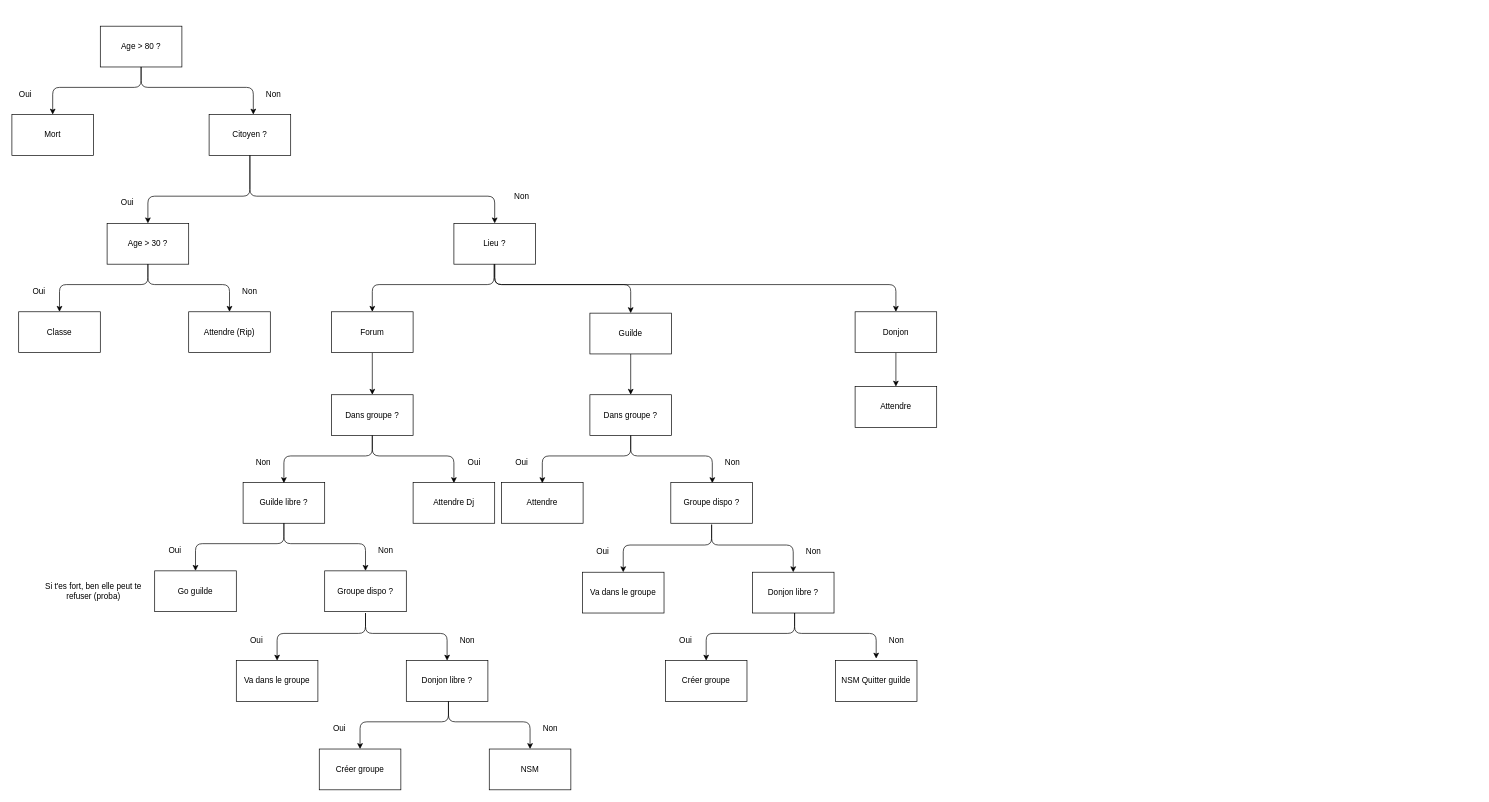
Before: Untitled Diagram.drawio in MailineN/CovidStat, a draw.io diagram. Source tidied: cells renumbered, new cells numbered last; positions are measured from the earlier drawing's top-left corner, leaving out a move shared by most shapes. Both pictures are drawn from the tidied source at 68%, with x=0, y=0 at pixel (12, 26).
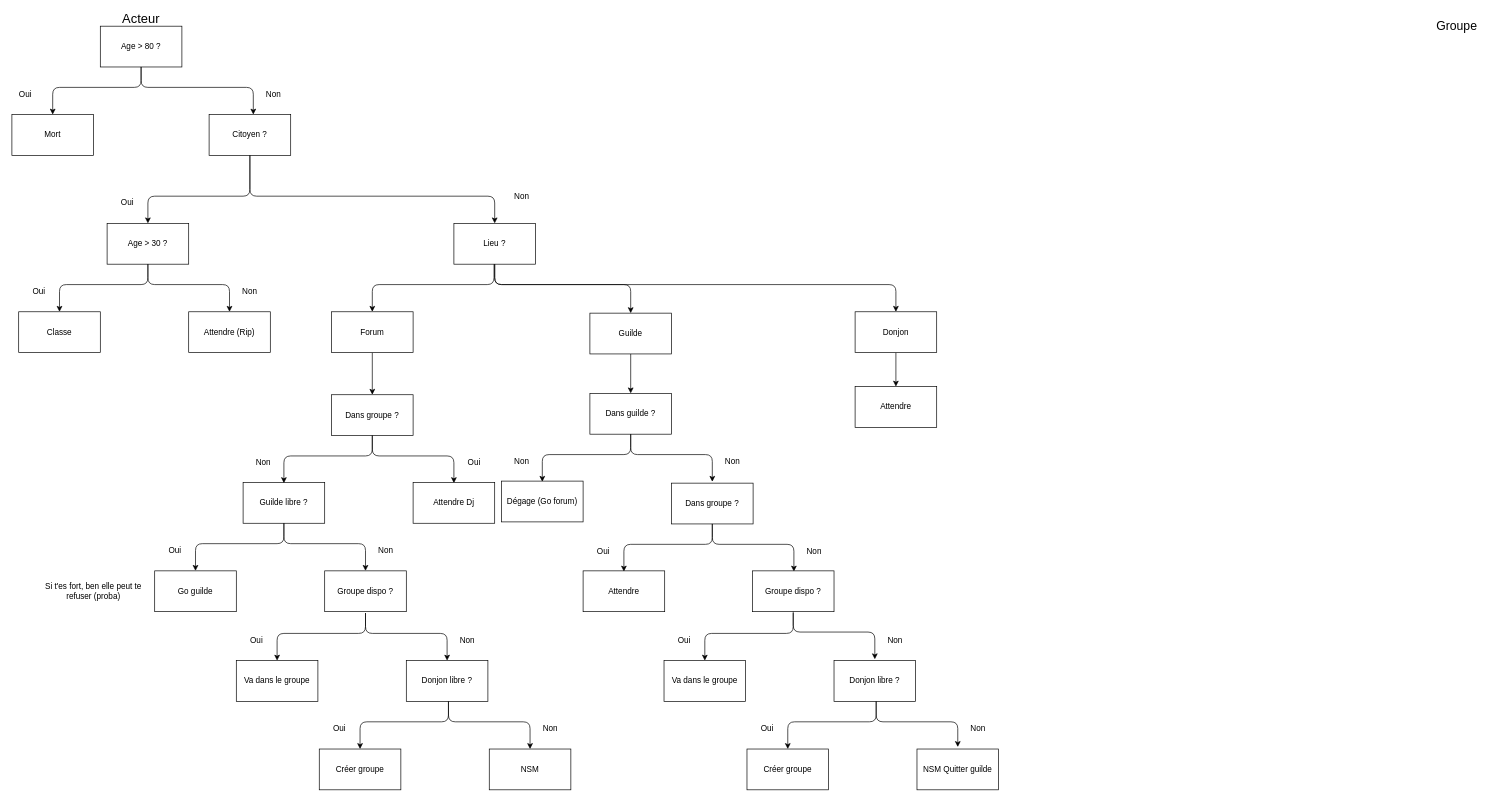
After the change.

The change refers to these unchanged cells:
```xml
<mxCell id="24" value="Guilde" style="rounded=0;whiteSpace=wrap;html=1;" parent="1" vertex="1">
  <mxGeometry x="850" y="422" width="120" height="60" as="geometry" />
</mxCell>
```

The edit, as a diff of the source:
```diff
@@
-    <mxCell id="23" style="edgeStyle=orthogonalEdgeStyle;rounded=0;jettySize=auto;html=1;exitX=0.5;exitY=1;exitDx=0;exitDy=0;" parent="1" edge="1" source="24" target="56">
-      <mxGeometry relative="1" as="geometry" />
-    </mxCell>
+    <mxCell id="76" style="edgeStyle=orthogonalEdgeStyle;rounded=0;jettySize=auto;html=1;exitX=0.5;exitY=1;exitDx=0;exitDy=0;" parent="1" edge="1" source="24" target="80">
+      <mxGeometry relative="1" as="geometry" />
+    </mxCell>
@@
     <mxCell id="55" value="Attendre" style="rounded=0;whiteSpace=wrap;html=1;" parent="1" vertex="1">
-      <mxGeometry x="720" y="671" width="120" height="60" as="geometry" />
+      <mxGeometry x="840" y="801" width="120" height="60" as="geometry" />
     </mxCell>
     <mxCell id="56" value="Dans groupe ?" style="rounded=0;whiteSpace=wrap;html=1;" parent="1" vertex="1">
-      <mxGeometry x="850" y="542" width="120" height="60" as="geometry" />
+      <mxGeometry x="970" y="672" width="120" height="60" as="geometry" />
     </mxCell>
     <mxCell id="57" style="endArrow=classic;html=1;exitX=0.5;exitY=1;exitDx=0;exitDy=0;" parent="1" edge="1">
       <mxGeometry relative="1" as="geometry">
-        <mxPoint x="910" y="602" as="sourcePoint" />
-        <mxPoint x="780" y="672" as="targetPoint" />
+        <mxPoint x="1030" y="732" as="sourcePoint" />
+        <mxPoint x="900" y="802" as="targetPoint" />
         <Array as="points">
-          <mxPoint x="910" y="632" />
-          <mxPoint x="780" y="632" />
+          <mxPoint x="1030" y="762" />
+          <mxPoint x="900" y="762" />
         </Array>
       </mxGeometry>
     </mxCell>
     <mxCell id="58" style="endArrow=classic;html=1;exitX=0.5;exitY=1;exitDx=0;exitDy=0;" parent="1" edge="1">
       <mxGeometry relative="1" as="geometry">
-        <mxPoint x="910" y="602" as="sourcePoint" />
-        <mxPoint x="1030" y="672" as="targetPoint" />
+        <mxPoint x="1030" y="732" as="sourcePoint" />
+        <mxPoint x="1150" y="802" as="targetPoint" />
         <Array as="points">
-          <mxPoint x="910" y="632" />
-          <mxPoint x="1030" y="632" />
+          <mxPoint x="1030" y="762" />
+          <mxPoint x="1150" y="762" />
         </Array>
       </mxGeometry>
     </mxCell>
     <mxCell id="59" value="Non" style="text;html=1;strokeColor=none;fillColor=none;align=center;verticalAlign=middle;whiteSpace=wrap;rounded=0;" parent="1" vertex="1">
-      <mxGeometry x="1040" y="632" width="40" height="20" as="geometry" />
+      <mxGeometry x="1160" y="762" width="40" height="20" as="geometry" />
     </mxCell>
     <mxCell id="60" value="Oui" style="text;html=1;strokeColor=none;fillColor=none;align=center;verticalAlign=middle;whiteSpace=wrap;rounded=0;" parent="1" vertex="1">
-      <mxGeometry x="730" y="632" width="40" height="20" as="geometry" />
+      <mxGeometry x="850" y="762" width="40" height="20" as="geometry" />
     </mxCell>
     <mxCell id="61" value="Groupe dispo ? " style="rounded=0;whiteSpace=wrap;html=1;" parent="1" vertex="1">
-      <mxGeometry x="969" y="671" width="120" height="60" as="geometry" />
+      <mxGeometry x="1089" y="801" width="120" height="60" as="geometry" />
     </mxCell>
     <mxCell id="62" style="endArrow=classic;html=1;exitX=0.5;exitY=1;exitDx=0;exitDy=0;" parent="1" edge="1">
       <mxGeometry relative="1" as="geometry">
-        <mxPoint x="1029" y="733" as="sourcePoint" />
-        <mxPoint x="899" y="803" as="targetPoint" />
+        <mxPoint x="1149" y="863" as="sourcePoint" />
+        <mxPoint x="1019" y="933" as="targetPoint" />
         <Array as="points">
-          <mxPoint x="1029" y="763" />
-          <mxPoint x="899" y="763" />
+          <mxPoint x="1149" y="893" />
+          <mxPoint x="1019" y="893" />
         </Array>
       </mxGeometry>
     </mxCell>
     <mxCell id="63" style="endArrow=classic;html=1;exitX=0.5;exitY=1;exitDx=0;exitDy=0;" parent="1" edge="1">
       <mxGeometry relative="1" as="geometry">
-        <mxPoint x="1029" y="733" as="sourcePoint" />
-        <mxPoint x="1149" y="803" as="targetPoint" />
+        <mxPoint x="1149" y="861" as="sourcePoint" />
+        <mxPoint x="1269" y="931" as="targetPoint" />
         <Array as="points">
-          <mxPoint x="1029" y="763" />
-          <mxPoint x="1149" y="763" />
+          <mxPoint x="1149" y="891" />
+          <mxPoint x="1269" y="891" />
         </Array>
       </mxGeometry>
     </mxCell>
     <mxCell id="64" value="Non" style="text;html=1;strokeColor=none;fillColor=none;align=center;verticalAlign=middle;whiteSpace=wrap;rounded=0;" parent="1" vertex="1">
-      <mxGeometry x="1159" y="763" width="40" height="20" as="geometry" />
+      <mxGeometry x="1279" y="893" width="40" height="20" as="geometry" />
     </mxCell>
     <mxCell id="65" value="Oui" style="text;html=1;strokeColor=none;fillColor=none;align=center;verticalAlign=middle;whiteSpace=wrap;rounded=0;" parent="1" vertex="1">
-      <mxGeometry x="849" y="763" width="40" height="20" as="geometry" />
+      <mxGeometry x="969" y="893" width="40" height="20" as="geometry" />
     </mxCell>
     <mxCell id="66" value="Va dans le groupe" style="rounded=0;whiteSpace=wrap;html=1;" parent="1" vertex="1">
-      <mxGeometry x="839" y="803" width="120" height="60" as="geometry" />
+      <mxGeometry x="959" y="933" width="120" height="60" as="geometry" />
     </mxCell>
     <mxCell id="67" value="Donjon libre ?" style="rounded=0;whiteSpace=wrap;html=1;" parent="1" vertex="1">
-      <mxGeometry x="1089" y="803" width="120" height="60" as="geometry" />
+      <mxGeometry x="1209" y="933" width="120" height="60" as="geometry" />
     </mxCell>
     <mxCell id="68" style="endArrow=classic;html=1;exitX=0.5;exitY=1;exitDx=0;exitDy=0;" parent="1" edge="1">
       <mxGeometry relative="1" as="geometry">
-        <mxPoint x="1151" y="863" as="sourcePoint" />
-        <mxPoint x="1021" y="933" as="targetPoint" />
+        <mxPoint x="1271" y="993" as="sourcePoint" />
+        <mxPoint x="1141" y="1063" as="targetPoint" />
         <Array as="points">
-          <mxPoint x="1151" y="893" />
-          <mxPoint x="1021" y="893" />
+          <mxPoint x="1271" y="1023" />
+          <mxPoint x="1141" y="1023" />
         </Array>
       </mxGeometry>
     </mxCell>
     <mxCell id="69" style="endArrow=classic;html=1;exitX=0.5;exitY=1;exitDx=0;exitDy=0;" parent="1" edge="1">
       <mxGeometry relative="1" as="geometry">
-        <mxPoint x="1151" y="863" as="sourcePoint" />
-        <mxPoint x="1271" y="930" as="targetPoint" />
+        <mxPoint x="1271" y="993" as="sourcePoint" />
+        <mxPoint x="1391" y="1060" as="targetPoint" />
         <Array as="points">
-          <mxPoint x="1151" y="893" />
-          <mxPoint x="1271" y="893" />
+          <mxPoint x="1271" y="1023" />
+          <mxPoint x="1391" y="1023" />
         </Array>
       </mxGeometry>
     </mxCell>
     <mxCell id="70" value="Non" style="text;html=1;strokeColor=none;fillColor=none;align=center;verticalAlign=middle;whiteSpace=wrap;rounded=0;" parent="1" vertex="1">
-      <mxGeometry x="1281" y="893" width="40" height="20" as="geometry" />
+      <mxGeometry x="1401" y="1023" width="40" height="20" as="geometry" />
     </mxCell>
     <mxCell id="71" value="Oui" style="text;html=1;strokeColor=none;fillColor=none;align=center;verticalAlign=middle;whiteSpace=wrap;rounded=0;" parent="1" vertex="1">
-      <mxGeometry x="971" y="893" width="40" height="20" as="geometry" />
+      <mxGeometry x="1091" y="1023" width="40" height="20" as="geometry" />
     </mxCell>
     <mxCell id="72" value="Créer groupe" style="rounded=0;whiteSpace=wrap;html=1;" parent="1" vertex="1">
-      <mxGeometry x="961" y="933" width="120" height="60" as="geometry" />
+      <mxGeometry x="1081" y="1063" width="120" height="60" as="geometry" />
     </mxCell>
     <mxCell id="73" value="NSM Quitter guilde" style="rounded=0;whiteSpace=wrap;html=1;" parent="1" vertex="1">
-      <mxGeometry x="1211" y="933" width="120" height="60" as="geometry" />
+      <mxGeometry x="1331" y="1063" width="120" height="60" as="geometry" />
     </mxCell>
@@
+    <mxCell id="77" value="&lt;font style=&quot;font-size: 19px&quot;&gt;Acteur&lt;/font&gt;" style="text;html=1;strokeColor=none;fillColor=none;align=center;verticalAlign=middle;whiteSpace=wrap;rounded=0;" parent="1" vertex="1">
+      <mxGeometry x="170" y="-20" width="40" height="20" as="geometry" />
+    </mxCell>
+    <mxCell id="78" value="&lt;font style=&quot;font-size: 18px&quot;&gt;Groupe&lt;/font&gt;" style="text;html=1;strokeColor=none;fillColor=none;align=center;verticalAlign=middle;whiteSpace=wrap;rounded=0;" parent="1" vertex="1">
+      <mxGeometry x="2105" y="-10" width="40" height="20" as="geometry" />
+    </mxCell>
+    <mxCell id="79" value="Dégage (Go forum)" style="rounded=0;whiteSpace=wrap;html=1;" parent="1" vertex="1">
+      <mxGeometry x="720" y="669" width="120" height="60" as="geometry" />
+    </mxCell>
+    <mxCell id="80" value="Dans guilde ?" style="rounded=0;whiteSpace=wrap;html=1;" parent="1" vertex="1">
+      <mxGeometry x="850" y="540" width="120" height="60" as="geometry" />
+    </mxCell>
+    <mxCell id="81" style="endArrow=classic;html=1;exitX=0.5;exitY=1;exitDx=0;exitDy=0;" parent="1" edge="1">
+      <mxGeometry relative="1" as="geometry">
+        <mxPoint x="910" y="600" as="sourcePoint" />
+        <mxPoint x="780" y="670" as="targetPoint" />
+        <Array as="points">
+          <mxPoint x="910" y="630" />
+          <mxPoint x="780" y="630" />
+        </Array>
+      </mxGeometry>
+    </mxCell>
+    <mxCell id="82" style="endArrow=classic;html=1;exitX=0.5;exitY=1;exitDx=0;exitDy=0;" parent="1" edge="1">
+      <mxGeometry relative="1" as="geometry">
+        <mxPoint x="910" y="600" as="sourcePoint" />
+        <mxPoint x="1030" y="670" as="targetPoint" />
+        <Array as="points">
+          <mxPoint x="910" y="630" />
+          <mxPoint x="1030" y="630" />
+        </Array>
+      </mxGeometry>
+    </mxCell>
+    <mxCell id="83" value="Non" style="text;html=1;strokeColor=none;fillColor=none;align=center;verticalAlign=middle;whiteSpace=wrap;rounded=0;" parent="1" vertex="1">
+      <mxGeometry x="1040" y="630" width="40" height="20" as="geometry" />
+    </mxCell>
+    <mxCell id="84" value="Non" style="text;html=1;strokeColor=none;fillColor=none;align=center;verticalAlign=middle;whiteSpace=wrap;rounded=0;" parent="1" vertex="1">
+      <mxGeometry x="730" y="630" width="40" height="20" as="geometry" />
+    </mxCell>
```
